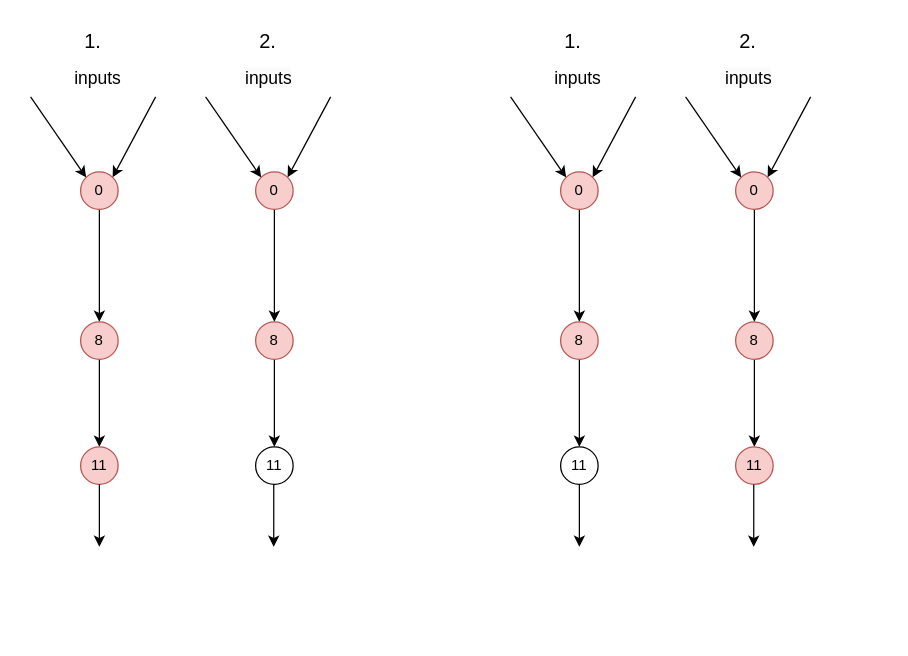
The draw.io diagram node.drawio in ABigDoge/MyDiagrams, before the edit. Source tidied: cells renumbered, new cells numbered last; positions are measured from the earlier drawing's top-left corner, leaving out a move shared by most shapes. Both pictures are drawn from the tidied source at 125%, with x=0, y=0 at pixel (30, 21).
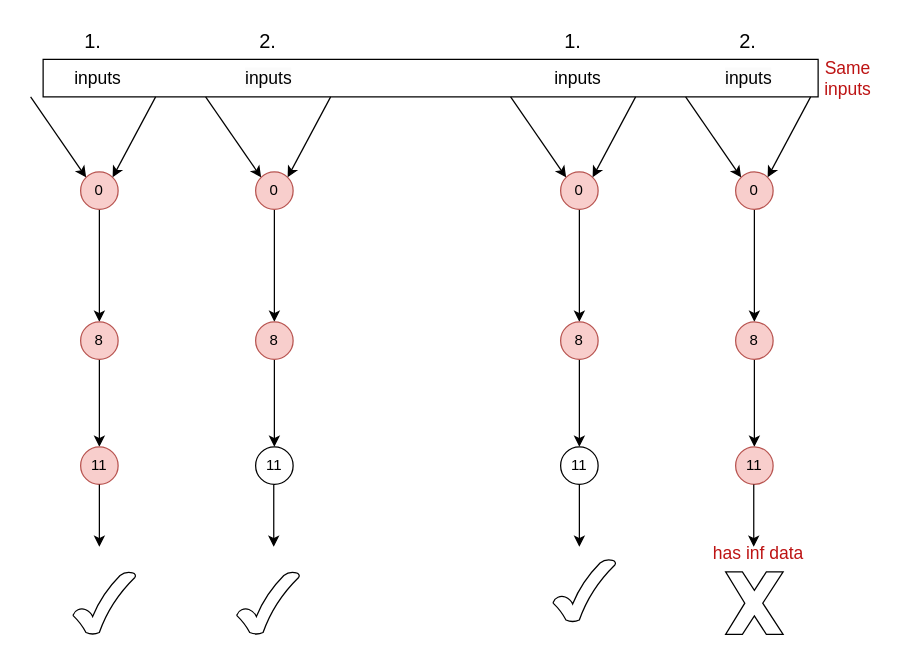
The same diagram, later.

The edit, as a diff of the source:
```diff
@@
+    <mxCell id="42" style="rounded=0;whiteSpace=wrap;html=1;fillColor=none;" parent="1" vertex="1">
+      <mxGeometry x="10" y="30" width="620" height="30" as="geometry" />
+    </mxCell>
+    <mxCell id="43" value="&lt;font color=&quot;#bd1313&quot; style=&quot;font-size: 14px;&quot;&gt;Same inputs&lt;/font&gt;" style="text;html=1;strokeColor=none;fillColor=none;align=center;verticalAlign=middle;whiteSpace=wrap;rounded=0;" parent="1" vertex="1">
+      <mxGeometry x="624" y="30" width="60" height="30" as="geometry" />
+    </mxCell>
+    <mxCell id="44" style="verticalLabelPosition=bottom;verticalAlign=top;html=1;shape=mxgraph.basic.tick;" parent="1" vertex="1">
+      <mxGeometry x="34" y="440" width="50" height="50" as="geometry" />
+    </mxCell>
+    <mxCell id="45" style="verticalLabelPosition=bottom;verticalAlign=top;html=1;shape=mxgraph.basic.tick;" parent="1" vertex="1">
+      <mxGeometry x="165" y="440" width="50" height="50" as="geometry" />
+    </mxCell>
+    <mxCell id="46" style="verticalLabelPosition=bottom;verticalAlign=top;html=1;shape=mxgraph.basic.tick;" parent="1" vertex="1">
+      <mxGeometry x="418" y="430" width="50" height="50" as="geometry" />
+    </mxCell>
+    <mxCell id="47" style="verticalLabelPosition=bottom;verticalAlign=top;html=1;shape=mxgraph.basic.x;" parent="1" vertex="1">
+      <mxGeometry x="556" y="440" width="46" height="50" as="geometry" />
+    </mxCell>
+    <mxCell id="48" value="&lt;font color=&quot;#bd1313&quot;&gt;&lt;span style=&quot;font-size: 14px;&quot;&gt;has inf data&lt;/span&gt;&lt;/font&gt;" style="text;html=1;strokeColor=none;fillColor=none;align=center;verticalAlign=middle;whiteSpace=wrap;rounded=0;" parent="1" vertex="1">
+      <mxGeometry x="526" y="410" width="113" height="30" as="geometry" />
+    </mxCell>
```
